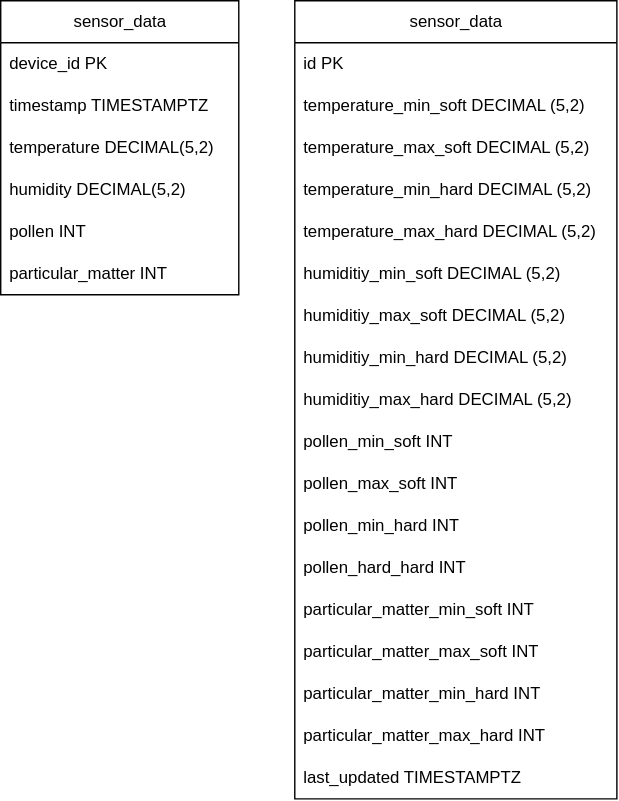
Earlier version of the draw.io export docs/images/db_diagramm.svg (SWProjectTin23/altbauVsNeubau). Source tidied: cells renumbered, new cells last; positions are measured from the earlier drawing's top-left corner, leaving out a move shared by most shapes. Source of this version:
```xml
<mxGraphModel>
  <root>
    <mxCell id="0" />
    <mxCell id="1" parent="0" />
    <mxCell id="2" value="sensor_data" style="swimlane;fontStyle=0;horizontal=1;startSize=30;whiteSpace=wrap;html=1;" parent="1" vertex="1">
      <mxGeometry width="170" height="210" as="geometry" />
    </mxCell>
    <mxCell id="3" value="device_id PK" style="text;strokeColor=none;fillColor=none;align=left;verticalAlign=middle;spacingLeft=4;spacingRight=4;overflow=hidden;whiteSpace=wrap;html=1;" parent="2" vertex="1">
      <mxGeometry y="30" width="170" height="30" as="geometry" />
    </mxCell>
    <mxCell id="4" value="timestamp TIMESTAMPTZ" style="text;strokeColor=none;fillColor=none;align=left;verticalAlign=middle;spacingLeft=4;spacingRight=4;overflow=hidden;whiteSpace=wrap;html=1;" parent="2" vertex="1">
      <mxGeometry y="60" width="170" height="30" as="geometry" />
    </mxCell>
    <mxCell id="5" value="temperature DECIMAL(5,2)" style="text;strokeColor=none;fillColor=none;align=left;verticalAlign=middle;spacingLeft=4;spacingRight=4;overflow=hidden;whiteSpace=wrap;html=1;" parent="2" vertex="1">
      <mxGeometry y="90" width="170" height="30" as="geometry" />
    </mxCell>
    <mxCell id="6" value="humidity DECIMAL(5,2)" style="text;strokeColor=none;fillColor=none;align=left;verticalAlign=middle;spacingLeft=4;spacingRight=4;overflow=hidden;whiteSpace=wrap;html=1;" parent="2" vertex="1">
      <mxGeometry y="120" width="170" height="30" as="geometry" />
    </mxCell>
    <mxCell id="7" value="pollen INT" style="text;strokeColor=none;fillColor=none;align=left;verticalAlign=middle;spacingLeft=4;spacingRight=4;overflow=hidden;whiteSpace=wrap;html=1;" parent="2" vertex="1">
      <mxGeometry y="150" width="170" height="30" as="geometry" />
    </mxCell>
    <mxCell id="8" value="particular_matter INT" style="text;strokeColor=none;fillColor=none;align=left;verticalAlign=middle;spacingLeft=4;spacingRight=4;overflow=hidden;whiteSpace=wrap;html=1;" parent="2" vertex="1">
      <mxGeometry y="180" width="170" height="30" as="geometry" />
    </mxCell>
    <mxCell id="9" value="sensor_data" style="swimlane;fontStyle=0;horizontal=1;startSize=30;whiteSpace=wrap;html=1;" parent="1" vertex="1">
      <mxGeometry x="210" width="230" height="570" as="geometry" />
    </mxCell>
    <mxCell id="10" value="id PK" style="text;strokeColor=none;fillColor=none;align=left;verticalAlign=middle;spacingLeft=4;spacingRight=4;overflow=hidden;whiteSpace=wrap;html=1;" parent="9" vertex="1">
      <mxGeometry y="30" width="230" height="30" as="geometry" />
    </mxCell>
    <mxCell id="11" value="temperature_min_soft DECIMAL (5,2)" style="text;strokeColor=none;fillColor=none;align=left;verticalAlign=middle;spacingLeft=4;spacingRight=4;overflow=hidden;whiteSpace=wrap;html=1;" parent="9" vertex="1">
      <mxGeometry y="60" width="230" height="30" as="geometry" />
    </mxCell>
    <mxCell id="12" value="temperature_max_soft DECIMAL (5,2)" style="text;strokeColor=none;fillColor=none;align=left;verticalAlign=middle;spacingLeft=4;spacingRight=4;overflow=hidden;whiteSpace=wrap;html=1;" parent="9" vertex="1">
      <mxGeometry y="90" width="230" height="30" as="geometry" />
    </mxCell>
    <mxCell id="13" value="temperature_min_hard DECIMAL (5,2)" style="text;strokeColor=none;fillColor=none;align=left;verticalAlign=middle;spacingLeft=4;spacingRight=4;overflow=hidden;whiteSpace=wrap;html=1;" parent="9" vertex="1">
      <mxGeometry y="120" width="230" height="30" as="geometry" />
    </mxCell>
    <mxCell id="14" value="temperature_max_hard DECIMAL (5,2)" style="text;strokeColor=none;fillColor=none;align=left;verticalAlign=middle;spacingLeft=4;spacingRight=4;overflow=hidden;whiteSpace=wrap;html=1;" parent="9" vertex="1">
      <mxGeometry y="150" width="230" height="30" as="geometry" />
    </mxCell>
    <mxCell id="15" value="humiditiy_min_soft DECIMAL (5,2)" style="text;strokeColor=none;fillColor=none;align=left;verticalAlign=middle;spacingLeft=4;spacingRight=4;overflow=hidden;whiteSpace=wrap;html=1;" parent="9" vertex="1">
      <mxGeometry y="180" width="230" height="30" as="geometry" />
    </mxCell>
    <mxCell id="16" value="humiditiy_max_soft DECIMAL (5,2)" style="text;strokeColor=none;fillColor=none;align=left;verticalAlign=middle;spacingLeft=4;spacingRight=4;overflow=hidden;whiteSpace=wrap;html=1;" parent="9" vertex="1">
      <mxGeometry y="210" width="230" height="30" as="geometry" />
    </mxCell>
    <mxCell id="17" value="humiditiy_min_hard DECIMAL (5,2)" style="text;strokeColor=none;fillColor=none;align=left;verticalAlign=middle;spacingLeft=4;spacingRight=4;overflow=hidden;whiteSpace=wrap;html=1;" parent="9" vertex="1">
      <mxGeometry y="240" width="230" height="30" as="geometry" />
    </mxCell>
    <mxCell id="18" value="humiditiy_max_hard DECIMAL (5,2)" style="text;strokeColor=none;fillColor=none;align=left;verticalAlign=middle;spacingLeft=4;spacingRight=4;overflow=hidden;whiteSpace=wrap;html=1;" parent="9" vertex="1">
      <mxGeometry y="270" width="230" height="30" as="geometry" />
    </mxCell>
    <mxCell id="19" value="pollen_min_soft INT" style="text;strokeColor=none;fillColor=none;align=left;verticalAlign=middle;spacingLeft=4;spacingRight=4;overflow=hidden;whiteSpace=wrap;html=1;" parent="9" vertex="1">
      <mxGeometry y="300" width="230" height="30" as="geometry" />
    </mxCell>
    <mxCell id="20" value="pollen_max_soft INT" style="text;strokeColor=none;fillColor=none;align=left;verticalAlign=middle;spacingLeft=4;spacingRight=4;overflow=hidden;whiteSpace=wrap;html=1;" parent="9" vertex="1">
      <mxGeometry y="330" width="230" height="30" as="geometry" />
    </mxCell>
    <mxCell id="21" value="pollen_min_hard INT" style="text;strokeColor=none;fillColor=none;align=left;verticalAlign=middle;spacingLeft=4;spacingRight=4;overflow=hidden;whiteSpace=wrap;html=1;" parent="9" vertex="1">
      <mxGeometry y="360" width="230" height="30" as="geometry" />
    </mxCell>
    <mxCell id="22" value="pollen_hard_hard INT" style="text;strokeColor=none;fillColor=none;align=left;verticalAlign=middle;spacingLeft=4;spacingRight=4;overflow=hidden;whiteSpace=wrap;html=1;" parent="9" vertex="1">
      <mxGeometry y="390" width="230" height="30" as="geometry" />
    </mxCell>
    <mxCell id="23" value="particular_matter_min_soft INT" style="text;strokeColor=none;fillColor=none;align=left;verticalAlign=middle;spacingLeft=4;spacingRight=4;overflow=hidden;whiteSpace=wrap;html=1;" parent="9" vertex="1">
      <mxGeometry y="420" width="230" height="30" as="geometry" />
    </mxCell>
    <mxCell id="24" value="particular_matter_max_soft INT" style="text;strokeColor=none;fillColor=none;align=left;verticalAlign=middle;spacingLeft=4;spacingRight=4;overflow=hidden;whiteSpace=wrap;html=1;" parent="9" vertex="1">
      <mxGeometry y="450" width="230" height="30" as="geometry" />
    </mxCell>
    <mxCell id="25" value="particular_matter_min_hard INT" style="text;strokeColor=none;fillColor=none;align=left;verticalAlign=middle;spacingLeft=4;spacingRight=4;overflow=hidden;whiteSpace=wrap;html=1;" parent="9" vertex="1">
      <mxGeometry y="480" width="230" height="30" as="geometry" />
    </mxCell>
    <mxCell id="26" value="particular_matter_max_hard INT" style="text;strokeColor=none;fillColor=none;align=left;verticalAlign=middle;spacingLeft=4;spacingRight=4;overflow=hidden;whiteSpace=wrap;html=1;" parent="9" vertex="1">
      <mxGeometry y="510" width="230" height="30" as="geometry" />
    </mxCell>
    <mxCell id="27" value="last_updated TIMESTAMPTZ" style="text;strokeColor=none;fillColor=none;align=left;verticalAlign=middle;spacingLeft=4;spacingRight=4;overflow=hidden;whiteSpace=wrap;html=1;" parent="9" vertex="1">
      <mxGeometry y="540" width="230" height="30" as="geometry" />
    </mxCell>
  </root>
</mxGraphModel>
```
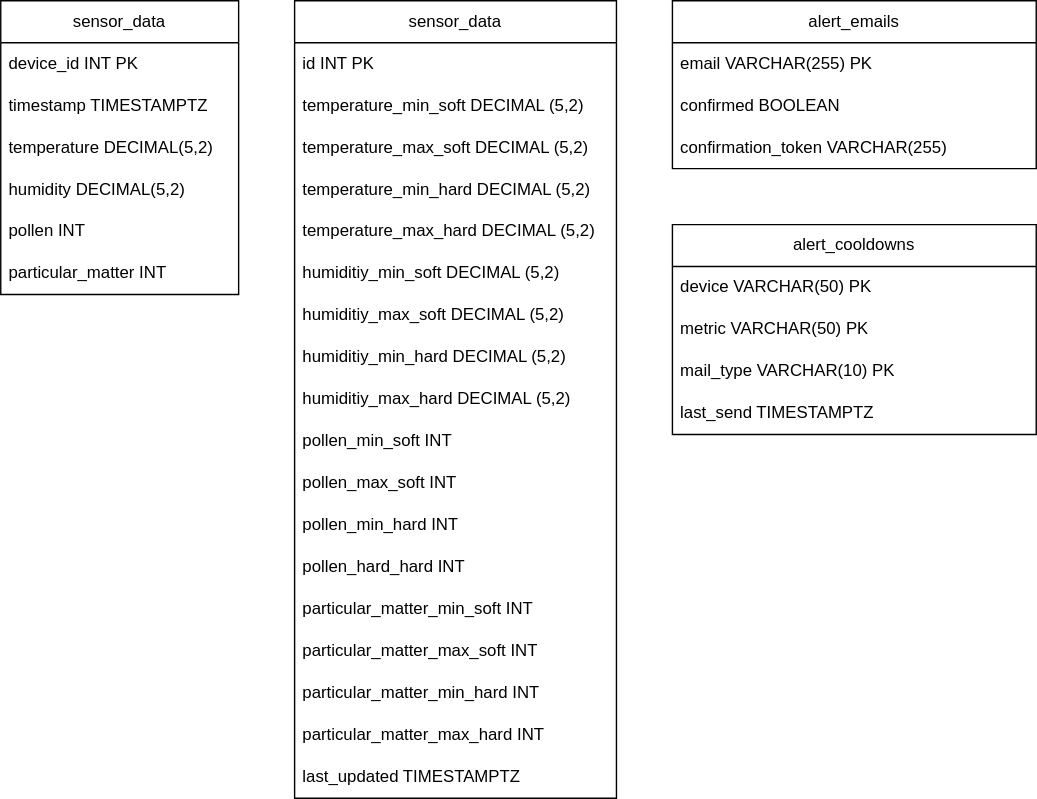
Later version of the same file.

Diff of the diagram source:
```diff
@@ -5,7 +5,7 @@
     <mxCell id="2" value="sensor_data" style="swimlane;fontStyle=0;horizontal=1;startSize=30;whiteSpace=wrap;html=1;" parent="1" vertex="1">
       <mxGeometry width="170" height="210" as="geometry" />
     </mxCell>
-    <mxCell id="3" value="device_id PK" style="text;strokeColor=none;fillColor=none;align=left;verticalAlign=middle;spacingLeft=4;spacingRight=4;overflow=hidden;whiteSpace=wrap;html=1;" parent="2" vertex="1">
+    <mxCell id="3" value="device_id INT PK" style="text;strokeColor=none;fillColor=none;align=left;verticalAlign=middle;spacingLeft=4;spacingRight=4;overflow=hidden;whiteSpace=wrap;html=1;" parent="2" vertex="1">
       <mxGeometry y="30" width="170" height="30" as="geometry" />
     </mxCell>
     <mxCell id="4" value="timestamp TIMESTAMPTZ" style="text;strokeColor=none;fillColor=none;align=left;verticalAlign=middle;spacingLeft=4;spacingRight=4;overflow=hidden;whiteSpace=wrap;html=1;" parent="2" vertex="1">
@@ -26,7 +26,7 @@
     <mxCell id="9" value="sensor_data" style="swimlane;fontStyle=0;horizontal=1;startSize=30;whiteSpace=wrap;html=1;" parent="1" vertex="1">
       <mxGeometry x="210" width="230" height="570" as="geometry" />
     </mxCell>
-    <mxCell id="10" value="id PK" style="text;strokeColor=none;fillColor=none;align=left;verticalAlign=middle;spacingLeft=4;spacingRight=4;overflow=hidden;whiteSpace=wrap;html=1;" parent="9" vertex="1">
+    <mxCell id="10" value="id INT PK" style="text;strokeColor=none;fillColor=none;align=left;verticalAlign=middle;spacingLeft=4;spacingRight=4;overflow=hidden;whiteSpace=wrap;html=1;" parent="9" vertex="1">
       <mxGeometry y="30" width="230" height="30" as="geometry" />
     </mxCell>
     <mxCell id="11" value="temperature_min_soft DECIMAL (5,2)" style="text;strokeColor=none;fillColor=none;align=left;verticalAlign=middle;spacingLeft=4;spacingRight=4;overflow=hidden;whiteSpace=wrap;html=1;" parent="9" vertex="1">
@@ -80,5 +80,32 @@
     <mxCell id="27" value="last_updated TIMESTAMPTZ" style="text;strokeColor=none;fillColor=none;align=left;verticalAlign=middle;spacingLeft=4;spacingRight=4;overflow=hidden;whiteSpace=wrap;html=1;" parent="9" vertex="1">
       <mxGeometry y="540" width="230" height="30" as="geometry" />
     </mxCell>
+    <mxCell id="28" value="alert_emails" style="swimlane;fontStyle=0;horizontal=1;startSize=30;whiteSpace=wrap;html=1;" parent="1" vertex="1">
+      <mxGeometry x="480" width="260" height="120" as="geometry" />
+    </mxCell>
+    <mxCell id="29" value="email VARCHAR(255) PK" style="text;strokeColor=none;fillColor=none;align=left;verticalAlign=middle;spacingLeft=4;spacingRight=4;overflow=hidden;whiteSpace=wrap;html=1;" parent="28" vertex="1">
+      <mxGeometry y="30" width="260" height="30" as="geometry" />
+    </mxCell>
+    <mxCell id="30" value="confirmed BOOLEAN" style="text;strokeColor=none;fillColor=none;align=left;verticalAlign=middle;spacingLeft=4;spacingRight=4;overflow=hidden;whiteSpace=wrap;html=1;" parent="28" vertex="1">
+      <mxGeometry y="60" width="260" height="30" as="geometry" />
+    </mxCell>
+    <mxCell id="31" value="confirmation_token VARCHAR(255)" style="text;strokeColor=none;fillColor=none;align=left;verticalAlign=middle;spacingLeft=4;spacingRight=4;overflow=hidden;whiteSpace=wrap;html=1;" parent="28" vertex="1">
+      <mxGeometry y="90" width="260" height="30" as="geometry" />
+    </mxCell>
+    <mxCell id="32" value="alert_cooldowns" style="swimlane;fontStyle=0;horizontal=1;startSize=30;whiteSpace=wrap;html=1;" parent="1" vertex="1">
+      <mxGeometry x="480" y="160" width="260" height="150" as="geometry" />
+    </mxCell>
+    <mxCell id="33" value="device VARCHAR(50) PK" style="text;strokeColor=none;fillColor=none;align=left;verticalAlign=middle;spacingLeft=4;spacingRight=4;overflow=hidden;whiteSpace=wrap;html=1;" parent="32" vertex="1">
+      <mxGeometry y="30" width="260" height="30" as="geometry" />
+    </mxCell>
+    <mxCell id="34" value="metric VARCHAR(50) PK" style="text;strokeColor=none;fillColor=none;align=left;verticalAlign=middle;spacingLeft=4;spacingRight=4;overflow=hidden;whiteSpace=wrap;html=1;" parent="32" vertex="1">
+      <mxGeometry y="60" width="260" height="30" as="geometry" />
+    </mxCell>
+    <mxCell id="35" value="mail_type VARCHAR(10) PK" style="text;strokeColor=none;fillColor=none;align=left;verticalAlign=middle;spacingLeft=4;spacingRight=4;overflow=hidden;whiteSpace=wrap;html=1;" parent="32" vertex="1">
+      <mxGeometry y="90" width="260" height="30" as="geometry" />
+    </mxCell>
+    <mxCell id="36" value="last_send TIMESTAMPTZ" style="text;strokeColor=none;fillColor=none;align=left;verticalAlign=middle;spacingLeft=4;spacingRight=4;overflow=hidden;whiteSpace=wrap;html=1;" parent="32" vertex="1">
+      <mxGeometry y="120" width="260" height="30" as="geometry" />
+    </mxCell>
   </root>
 </mxGraphModel>
```
